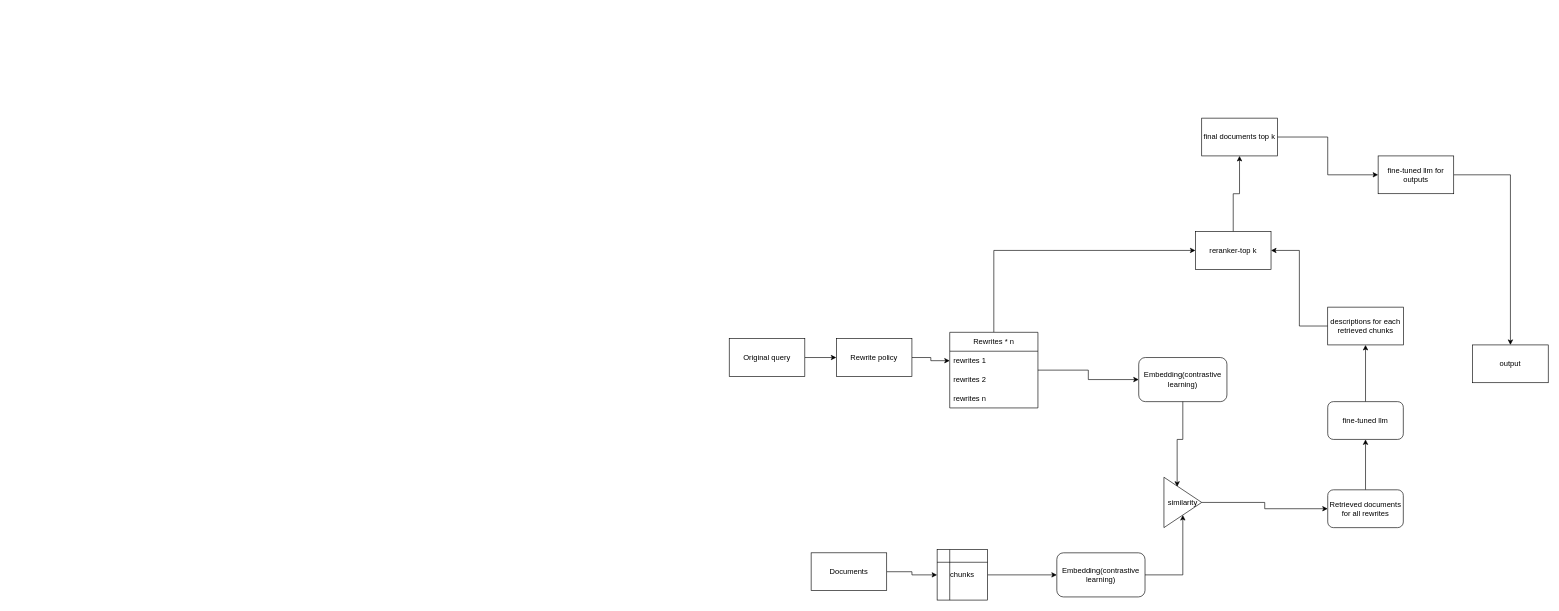
Above: Untitled Diagram.drawio in ethanchan61/offline_dqn (draw.io), before the change. Source tidied: cells renumbered, new cells numbered last; positions are measured from the earlier drawing's top-left corner, leaving out a move shared by most shapes. Both pictures are drawn from the tidied source at 63%, with x=0, y=0 at pixel (729, 118).
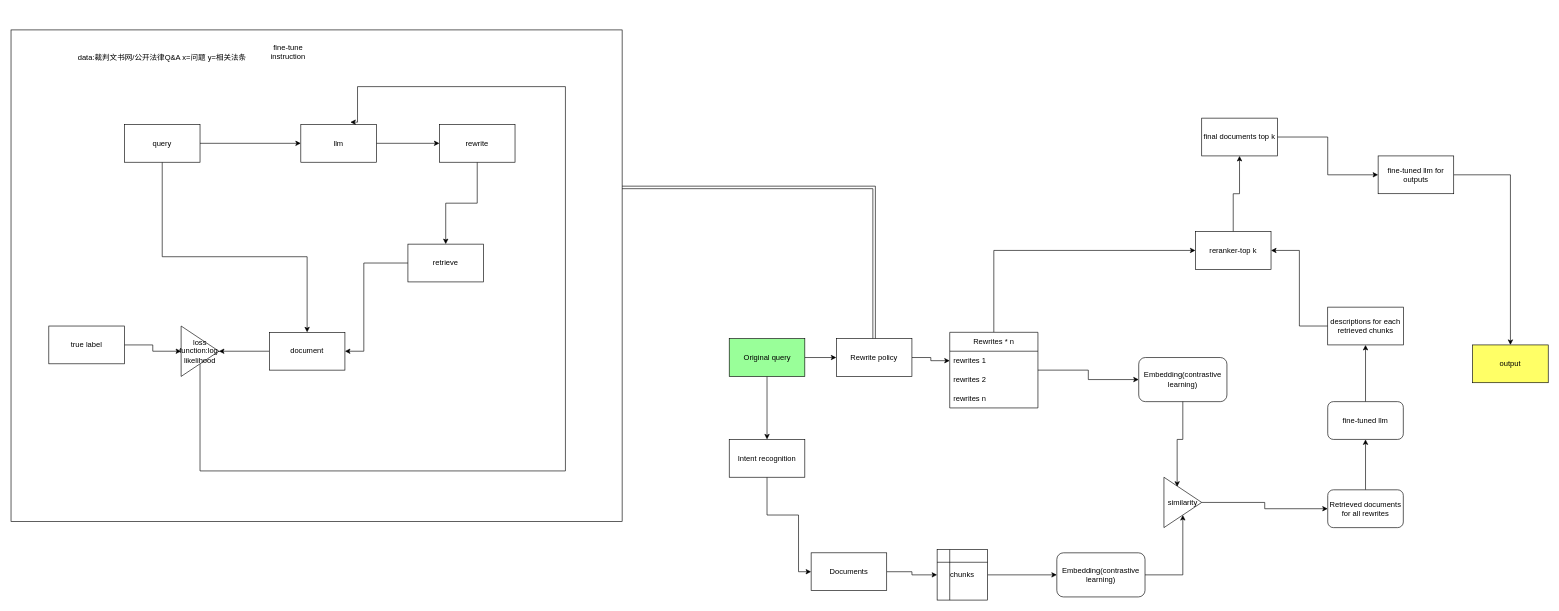
Above is the later version.

Unchanged cells that the change refers to:
```xml
<mxCell id="5" value="Rewrite policy" style="rounded=0;whiteSpace=wrap;html=1;" parent="1" vertex="1">
  <mxGeometry x="170" y="350" width="120" height="60" as="geometry" />
</mxCell>
<mxCell id="17" value="Documents" style="rounded=0;whiteSpace=wrap;html=1;" parent="1" vertex="1">
  <mxGeometry x="130" y="690" width="120" height="60" as="geometry" />
</mxCell>
```

Change to the diagram source:
```diff
@@
+    <mxCell id="35" style="rounded=0;whiteSpace=wrap;html=1;" parent="1" vertex="1">
+      <mxGeometry x="-1140" y="-140" width="970" height="780" as="geometry" />
+    </mxCell>
@@
+    <mxCell id="36" style="edgeStyle=orthogonalEdgeStyle;rounded=0;jettySize=auto;html=1;entryX=0.5;entryY=0;entryDx=0;entryDy=0;" parent="1" edge="1" source="3" target="39">
+      <mxGeometry relative="1" as="geometry" />
+    </mxCell>
-    <mxCell id="3" value="Original query" style="rounded=0;whiteSpace=wrap;html=1;" parent="1" vertex="1">
+    <mxCell id="3" value="Original query" style="rounded=0;greenSpace=wrap;html=1;fillColor=#99FF99;" parent="1" vertex="1">
       <mxGeometry y="350" width="120" height="60" as="geometry" />
     </mxCell>
@@
+    <mxCell id="37" style="edgeStyle=orthogonalEdgeStyle;rounded=0;jettySize=auto;html=1;shape=link;" parent="1" edge="1" source="5" target="35">
+      <mxGeometry relative="1" as="geometry">
+        <Array as="points">
+          <mxPoint x="230" y="110" />
+        </Array>
+      </mxGeometry>
+    </mxCell>
@@
-    <mxCell id="34" value="output" style="rounded=0;whiteSpace=wrap;html=1;" parent="1" vertex="1">
+    <mxCell id="34" value="output" style="rounded=0;whiteSpace=wrap;html=1;fillColor=#FFFF66;" parent="1" vertex="1">
       <mxGeometry x="1180" y="360" width="120" height="60" as="geometry" />
     </mxCell>
+    <mxCell id="38" style="edgeStyle=orthogonalEdgeStyle;rounded=0;jettySize=auto;html=1;entryX=0;entryY=0.5;entryDx=0;entryDy=0;" parent="1" edge="1" source="39" target="17">
+      <mxGeometry relative="1" as="geometry">
+        <Array as="points">
+          <mxPoint x="60" y="630" />
+          <mxPoint x="110" y="630" />
+          <mxPoint x="110" y="720" />
+        </Array>
+      </mxGeometry>
+    </mxCell>
+    <mxCell id="39" value="Intent recognition" style="rounded=0;whiteSpace=wrap;html=1;" parent="1" vertex="1">
+      <mxGeometry y="510" width="120" height="60" as="geometry" />
+    </mxCell>
+    <mxCell id="40" style="edgeStyle=orthogonalEdgeStyle;rounded=0;jettySize=auto;html=1;" parent="1" edge="1" source="42" target="44">
+      <mxGeometry relative="1" as="geometry" />
+    </mxCell>
+    <mxCell id="41" style="edgeStyle=orthogonalEdgeStyle;rounded=0;jettySize=auto;html=1;" parent="1" edge="1" source="42" target="50">
+      <mxGeometry relative="1" as="geometry">
+        <Array as="points">
+          <mxPoint x="-900" y="220" />
+          <mxPoint x="-670" y="220" />
+        </Array>
+      </mxGeometry>
+    </mxCell>
+    <mxCell id="42" value="query" style="rounded=0;whiteSpace=wrap;html=1;" parent="1" vertex="1">
+      <mxGeometry x="-960" y="10" width="120" height="60" as="geometry" />
+    </mxCell>
+    <mxCell id="43" style="edgeStyle=orthogonalEdgeStyle;rounded=0;jettySize=auto;html=1;entryX=0;entryY=0.5;entryDx=0;entryDy=0;" parent="1" edge="1" source="44" target="46">
+      <mxGeometry relative="1" as="geometry" />
+    </mxCell>
+    <mxCell id="44" value="llm" style="rounded=0;whiteSpace=wrap;html=1;" parent="1" vertex="1">
+      <mxGeometry x="-680" y="10" width="120" height="60" as="geometry" />
+    </mxCell>
+    <mxCell id="45" style="edgeStyle=orthogonalEdgeStyle;rounded=0;jettySize=auto;html=1;" parent="1" edge="1" source="46" target="48">
+      <mxGeometry relative="1" as="geometry" />
+    </mxCell>
+    <mxCell id="46" value="rewrite" style="rounded=0;whiteSpace=wrap;html=1;" parent="1" vertex="1">
+      <mxGeometry x="-460" y="10" width="120" height="60" as="geometry" />
+    </mxCell>
+    <mxCell id="47" style="edgeStyle=orthogonalEdgeStyle;rounded=0;jettySize=auto;html=1;" parent="1" edge="1" source="48" target="50">
+      <mxGeometry relative="1" as="geometry">
+        <Array as="points">
+          <mxPoint x="-580" y="230" />
+          <mxPoint x="-580" y="370" />
+        </Array>
+      </mxGeometry>
+    </mxCell>
+    <mxCell id="48" value="retrieve" style="rounded=0;whiteSpace=wrap;html=1;" parent="1" vertex="1">
+      <mxGeometry x="-510" y="200" width="120" height="60" as="geometry" />
+    </mxCell>
+    <mxCell id="49" style="edgeStyle=orthogonalEdgeStyle;rounded=0;jettySize=auto;html=1;entryX=1;entryY=0.5;entryDx=0;entryDy=0;" parent="1" edge="1" source="50" target="54">
+      <mxGeometry relative="1" as="geometry" />
+    </mxCell>
+    <mxCell id="50" value="document" style="rounded=0;whiteSpace=wrap;html=1;" parent="1" vertex="1">
+      <mxGeometry x="-730" y="340" width="120" height="60" as="geometry" />
+    </mxCell>
+    <mxCell id="51" style="edgeStyle=orthogonalEdgeStyle;rounded=0;jettySize=auto;html=1;entryX=0;entryY=0.5;entryDx=0;entryDy=0;" parent="1" edge="1" source="52" target="54">
+      <mxGeometry relative="1" as="geometry" />
+    </mxCell>
+    <mxCell id="52" value="true label" style="rounded=0;whiteSpace=wrap;html=1;" parent="1" vertex="1">
+      <mxGeometry x="-1080" y="330" width="120" height="60" as="geometry" />
+    </mxCell>
+    <mxCell id="53" style="edgeStyle=orthogonalEdgeStyle;rounded=0;jettySize=auto;html=1;entryX=0.655;entryY=-0.06;entryDx=0;entryDy=0;entryPerimeter=0;" parent="1" edge="1" source="54" target="44">
+      <mxGeometry relative="1" as="geometry">
+        <Array as="points">
+          <mxPoint x="-840" y="560" />
+          <mxPoint x="-260" y="560" />
+          <mxPoint x="-260" y="-50" />
+          <mxPoint x="-590" y="-50" />
+          <mxPoint x="-590" y="6" />
+        </Array>
+      </mxGeometry>
+    </mxCell>
+    <mxCell id="54" value="loss function:log-likelihood" style="triangle;whiteSpace=wrap;html=1;" parent="1" vertex="1">
+      <mxGeometry x="-870" y="330" width="60" height="80" as="geometry" />
+    </mxCell>
+    <mxCell id="55" value="fine-tune instruction" style="text;html=1;align=center;verticalAlign=middle;whiteSpace=wrap;rounded=0;" parent="1" vertex="1">
+      <mxGeometry x="-730" y="-120" width="60" height="30" as="geometry" />
+    </mxCell>
+    <mxCell id="56" value="data:裁判文书网/公开法律Q&amp;amp;A x=问题 y=相关法条" style="text;html=1;align=center;verticalAlign=middle;whiteSpace=wrap;rounded=0;" parent="1" vertex="1">
+      <mxGeometry x="-1085" y="-170" width="370" height="150" as="geometry" />
+    </mxCell>
```
